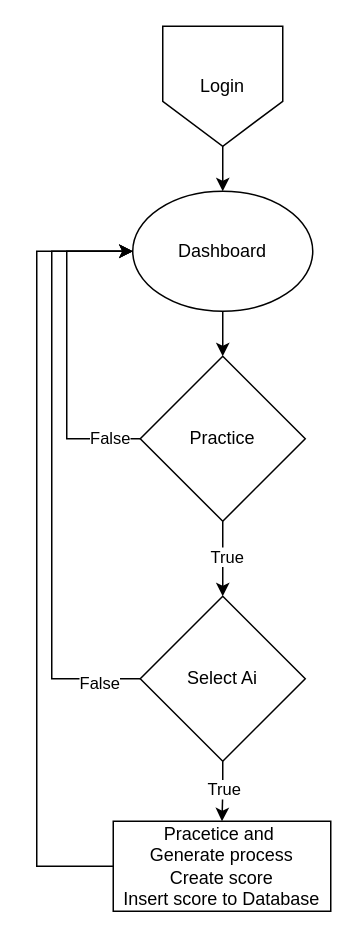
The draw.io diagram page "Dashboard" (4 of 4) of diagrams/program.drawio in University-Bangkok-JW/cs497-project, before the edit. Source tidied: cells renumbered, new cells numbered last; positions are measured from the earlier drawing's top-left corner, leaving out a move shared by most shapes. Both pictures are drawn from the tidied source at 150%, with x=0, y=0 at pixel (36, 26).
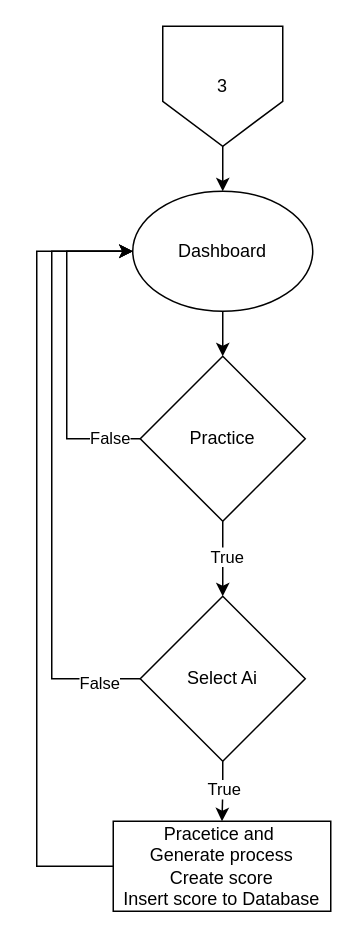
The same diagram, later.

Change to the diagram source:
```diff
@@
-    <mxCell id="3" value="Login" style="shape=offPageConnector;whiteSpace=wrap;html=1;" parent="1" vertex="1">
+    <mxCell id="3" value="3" style="shape=offPageConnector;whiteSpace=wrap;html=1;" parent="1" vertex="1">
       <mxGeometry x="84" width="80" height="80" as="geometry" />
     </mxCell>
```
